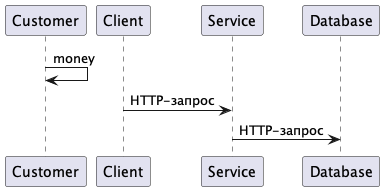
Before: img/image2.png, a diagram exported from PlantUML (gpb-it-factory/artemyev-telegram-bot).
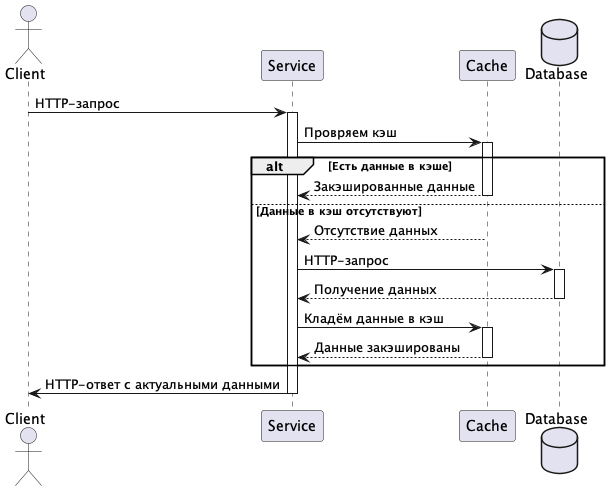
The same diagram one commit later.

The edit, as a diff of the source:
```diff
@@ -1,7 +1,28 @@
 @startuml
-Customer -> Customer:money
+actor Client
+participant Service
+participant Cache
+database Database
 
 Client -> Service: HTTP-запрос
+activate Service
+Service -> Cache: Провряем кэш
+activate Cache
+alt Есть данные в кэше
+Cache --> Service: Закэшированные данные
+deactivate Cache
+else Данные в кэш отсутствуют
+Cache --> Service: Отсутствие данных
+deactivate Cache
 Service -> Database: HTTP-запрос
-
+activate Database
+Database --> Service: Получение данных
+deactivate Database
+Service -> Cache: Кладём данные в кэш
+activate Cache
+Cache --> Service: Данные закэшированы
+deactivate Cache
+end
+Service -> Client: HTTP-ответ с актуальными данными
+deactivate Service
 @enduml
```
